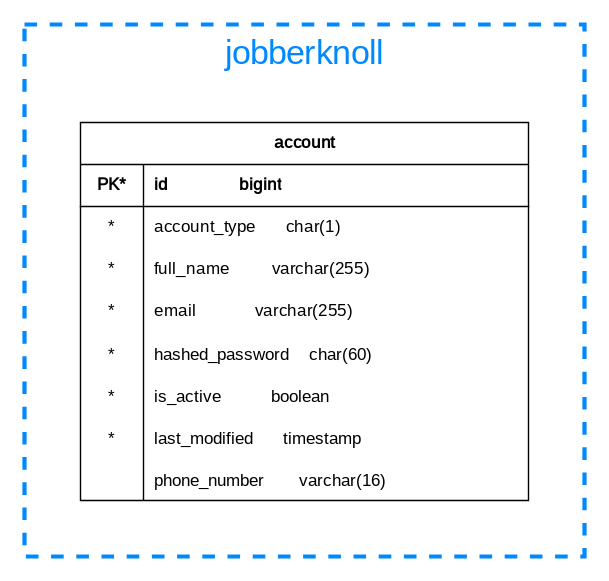
The draw.io diagram documentation/course/e2/images/database-diagram-jobberknoll.drawio.svg in PWR-ACS-SE-24/SoftwareSystemDesign, before a commit. Source tidied: cells renumbered, new cells last; positions are measured from the earlier drawing's top-left corner, leaving out a move shared by most shapes.
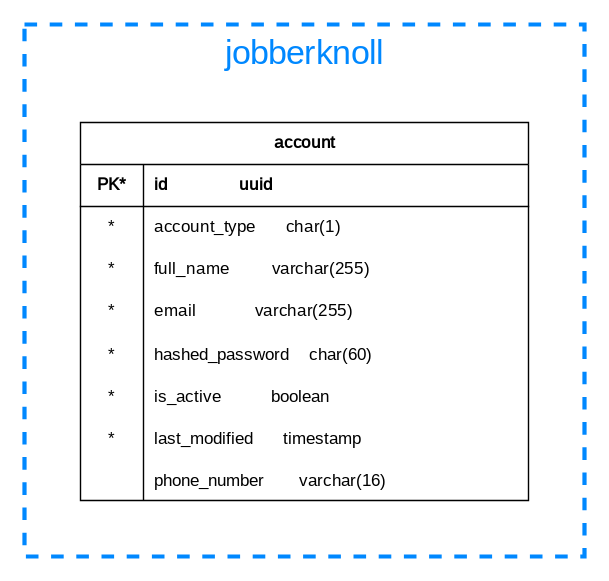
Later version of the same file.

Change to the diagram source:
```diff
@@ -14,7 +14,7 @@
     <mxCell id="5" value="PK*" style="shape=partialRectangle;fillColor=none;top=0;left=0;bottom=0;right=0;fontStyle=1;overflow=hidden;whiteSpace=wrap;html=1;fontFamily=JetBrains Mono;fontSource=https%3A%2F%2Ffonts.googleapis.com%2Fcss%3Ffamily%3DJetBrains%2BMono;" parent="4" vertex="1">
       <mxGeometry width="45" height="30" as="geometry" />
     </mxCell>
-    <mxCell id="6" value="id&amp;nbsp;&amp;nbsp;&amp;nbsp;&amp;nbsp;&amp;nbsp;&amp;nbsp;&amp;nbsp;&amp;nbsp;&amp;nbsp;&amp;nbsp;&amp;nbsp;&amp;nbsp;&amp;nbsp;&amp;nbsp;&amp;nbsp;&amp;nbsp; bigint" style="shape=partialRectangle;fillColor=none;top=0;left=0;bottom=0;right=0;align=left;spacingLeft=6;fontStyle=1;overflow=hidden;whiteSpace=wrap;html=1;fontFamily=JetBrains Mono;fontSource=https%3A%2F%2Ffonts.googleapis.com%2Fcss%3Ffamily%3DJetBrains%2BMono;" parent="4" vertex="1">
+    <mxCell id="6" value="id&amp;nbsp;&amp;nbsp;&amp;nbsp;&amp;nbsp;&amp;nbsp;&amp;nbsp;&amp;nbsp;&amp;nbsp;&amp;nbsp;&amp;nbsp;&amp;nbsp;&amp;nbsp;&amp;nbsp;&amp;nbsp;&amp;nbsp;&amp;nbsp; uuid" style="shape=partialRectangle;fillColor=none;top=0;left=0;bottom=0;right=0;align=left;spacingLeft=6;fontStyle=1;overflow=hidden;whiteSpace=wrap;html=1;fontFamily=JetBrains Mono;fontSource=https%3A%2F%2Ffonts.googleapis.com%2Fcss%3Ffamily%3DJetBrains%2BMono;" parent="4" vertex="1">
       <mxGeometry x="45" width="275" height="30" as="geometry" />
     </mxCell>
     <mxCell id="7" style="shape=tableRow;horizontal=0;startSize=0;swimlaneHead=0;swimlaneBody=0;fillColor=none;top=0;left=0;right=0;bottom=0;fontFamily=JetBrains Mono;fontSource=https%3A%2F%2Ffonts.googleapis.com%2Fcss%3Ffamily%3DJetBrains%2BMono;" parent="3" vertex="1">
```
